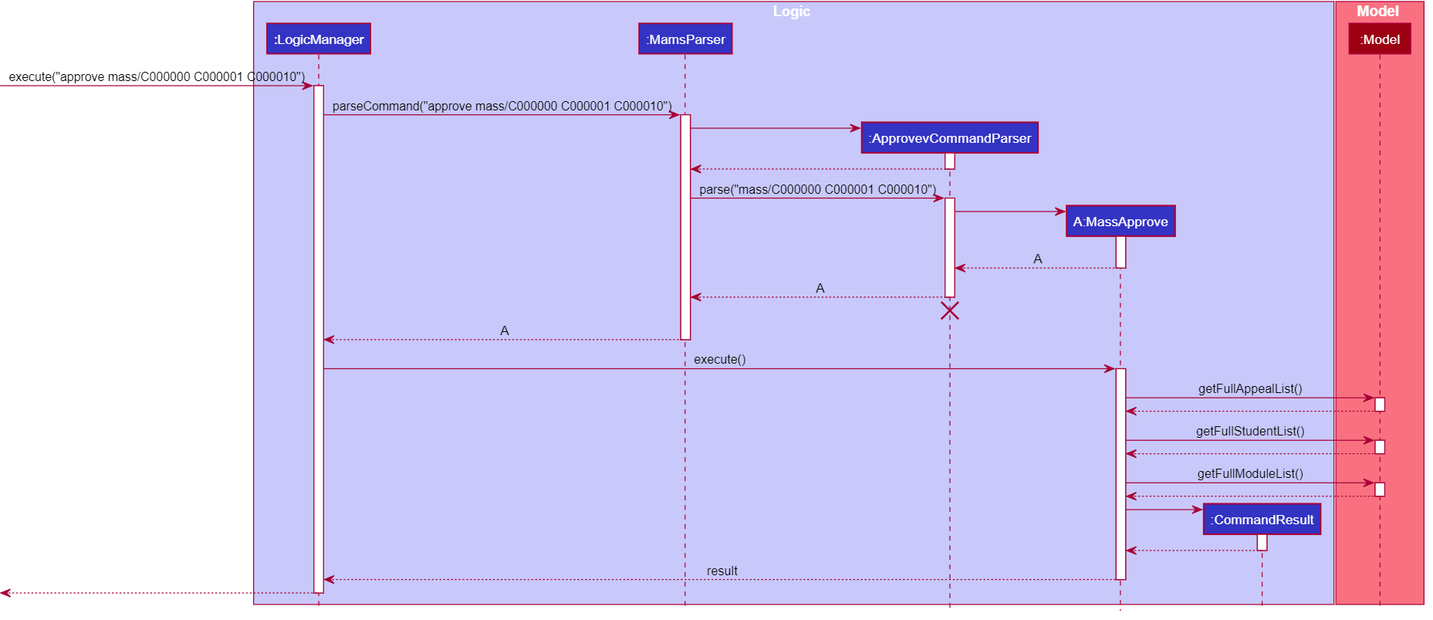
nus-cs2103-AY1920S1/addressbook-level3 keeps this PlantUML diagram as docs/images/MassResolveSequenceDiagram.png. Above is the earlier version. Its source is kept beside it as docs/diagrams/MassResolveSequenceDiagram.puml. The source it was exported from:
```plantuml
@startuml
!include style.puml

box Logic LOGIC_COLOR_T1
participant ":LogicManager" as LogicManager LOGIC_COLOR
participant ":MamsParser" as MamsParser LOGIC_COLOR
participant ":ApprovevCommandParser" as ApproveCommandParser LOGIC_COLOR
participant "A:MassApprove" as MassApprove LOGIC_COLOR
participant ":CommandResult" as CommandResult LOGIC_COLOR
end box

box Model MODEL_COLOR_T1
participant ":Model" as Model MODEL_COLOR
end box

[-> LogicManager : execute("approve mass/C000000 C000001 C000010")
activate LogicManager

LogicManager -> MamsParser : parseCommand("approve mass/C000000 C000001 C000010")
activate MamsParser

create ApproveCommandParser
MamsParser -> ApproveCommandParser
activate ApproveCommandParser

ApproveCommandParser --> MamsParser
deactivate ApproveCommandParser

MamsParser -> ApproveCommandParser : parse("mass/C000000 C000001 C000010")
activate ApproveCommandParser

create MassApprove
ApproveCommandParser -> MassApprove
activate MassApprove

MassApprove --> ApproveCommandParser : A
deactivate MassApprove

ApproveCommandParser --> MamsParser : A
deactivate ApproveCommandParser

ApproveCommandParser -[hidden]-> MamsParser
destroy ApproveCommandParser

MamsParser --> LogicManager : A
deactivate MamsParser

LogicManager -> MassApprove : execute()
activate MassApprove

MassApprove -> Model : getFullAppealList()
activate Model

Model --> MassApprove
deactivate Model

MassApprove -> Model : getFullStudentList()
activate Model

Model --> MassApprove
deactivate Model

MassApprove -> Model : getFullModuleList()
activate Model

Model --> MassApprove
deactivate Model

create CommandResult
MassApprove -> CommandResult
activate CommandResult

CommandResult --> MassApprove
deactivate CommandResult

MassApprove --> LogicManager : result
deactivate MassApprove

[<--LogicManager
deactivate LogicManager
@enduml
```
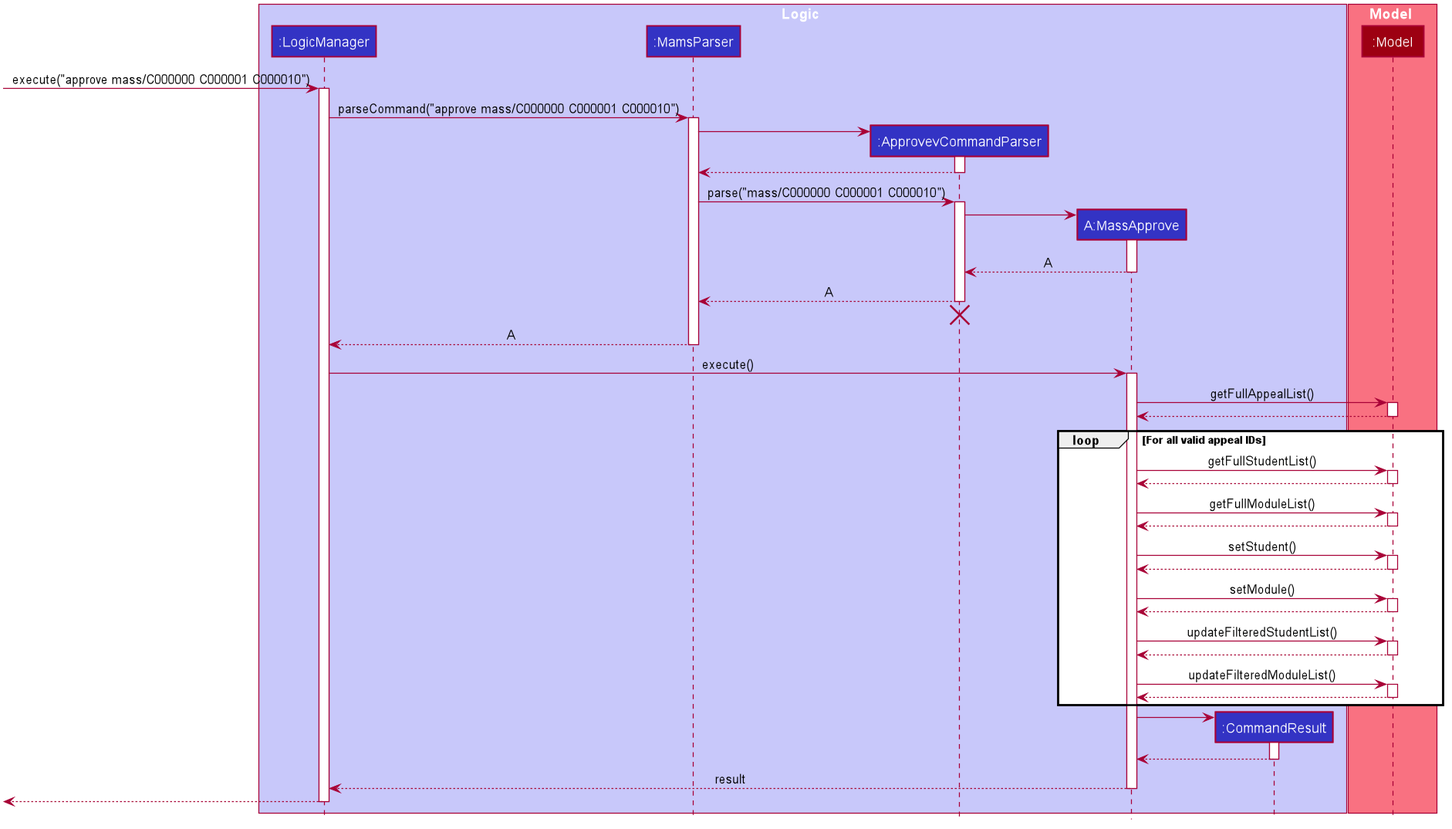
The same diagram one commit later.

Change to the diagram source:
```diff
@@ -54,6 +54,7 @@
 Model --> MassApprove
 deactivate Model
 
+loop For all valid appeal IDs
 MassApprove -> Model : getFullStudentList()
 activate Model
 
@@ -66,6 +67,31 @@
 Model --> MassApprove
 deactivate Model
 
+MassApprove -> Model : setStudent()
+activate Model
+
+Model --> MassApprove
+deactivate Model
+
+MassApprove -> Model : setModule()
+activate Model
+
+Model --> MassApprove
+deactivate Model
+
+MassApprove -> Model : updateFilteredStudentList()
+activate Model
+
+Model --> MassApprove
+deactivate Model
+
+MassApprove -> Model : updateFilteredModuleList()
+activate Model
+
+Model --> MassApprove
+deactivate Model
+
+end
 create CommandResult
 MassApprove -> CommandResult
 activate CommandResult
```
